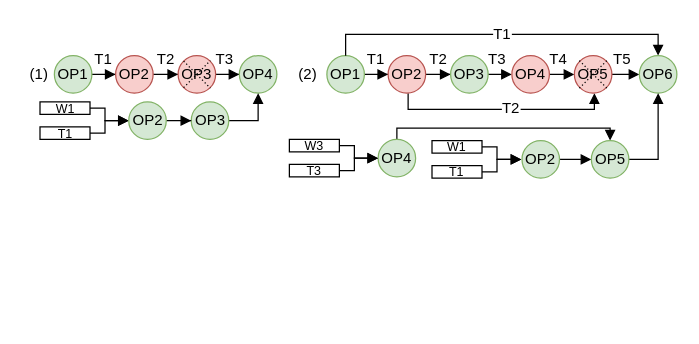
Before: fig/recovery.drawio in icszhr/NCheck, a draw.io diagram. Source tidied: cells renumbered, new cells numbered last; positions are measured from the earlier drawing's top-left corner, leaving out a move shared by most shapes. Both pictures are drawn from the tidied source at 125%, with x=0, y=0 at pixel (26, 21).
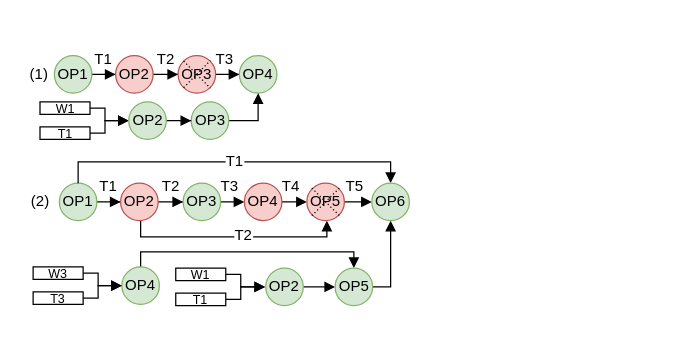
After the change.

The edit, as a diff of the source:
```diff
@@
     <mxCell id="21" value="OP1" style="ellipse;whiteSpace=wrap;html=1;fillColor=#d5e8d4;strokeColor=#82b366;" parent="1" vertex="1">
-      <mxGeometry x="240" y="27" width="30" height="30" as="geometry" />
+      <mxGeometry x="26" y="129" width="30" height="30" as="geometry" />
     </mxCell>
@@
     <mxCell id="23" style="edgeStyle=orthogonalEdgeStyle;rounded=0;orthogonalLoop=1;jettySize=auto;html=1;entryX=0.5;entryY=1;entryDx=0;entryDy=0;exitX=0.5;exitY=1;exitDx=0;exitDy=0;endSize=6;endArrow=block;endFill=1;" parent="1" edge="1">
       <mxGeometry relative="1" as="geometry">
-        <mxPoint x="305" y="57" as="sourcePoint" />
-        <mxPoint x="454" y="57" as="targetPoint" />
+        <mxPoint x="91" y="159" as="sourcePoint" />
+        <mxPoint x="240" y="159" as="targetPoint" />
         <Array as="points">
-          <mxPoint x="305" y="70" />
-          <mxPoint x="454" y="70" />
+          <mxPoint x="91" y="172" />
+          <mxPoint x="240" y="172" />
         </Array>
       </mxGeometry>
     </mxCell>
     <mxCell id="24" value="OP2" style="ellipse;whiteSpace=wrap;html=1;fillColor=#f8cecc;strokeColor=#b85450;" parent="1" vertex="1">
-      <mxGeometry x="289" y="27" width="30" height="30" as="geometry" />
+      <mxGeometry x="75" y="129" width="30" height="30" as="geometry" />
     </mxCell>
     <mxCell id="25" style="edgeStyle=orthogonalEdgeStyle;rounded=0;jettySize=auto;html=1;entryX=0;entryY=0.5;entryDx=0;entryDy=0;endArrow=block;endFill=1;" parent="1" edge="1" source="27" target="29">
       <mxGeometry relative="1" as="geometry">
         <Array as="points">
-          <mxPoint x="380" y="42" />
-          <mxPoint x="380" y="42" />
+          <mxPoint x="166" y="144" />
+          <mxPoint x="166" y="144" />
         </Array>
       </mxGeometry>
     </mxCell>
     <mxCell id="26" style="edgeStyle=orthogonalEdgeStyle;rounded=0;jettySize=auto;html=1;entryX=0.5;entryY=0;entryDx=0;entryDy=0;exitX=0.5;exitY=0;exitDx=0;exitDy=0;endArrow=block;endFill=1;" parent="1" edge="1" source="21" target="48">
       <mxGeometry relative="1" as="geometry">
         <Array as="points">
-          <mxPoint x="255" y="10" />
-          <mxPoint x="505" y="10" />
+          <mxPoint x="41" y="112" />
+          <mxPoint x="291" y="112" />
         </Array>
       </mxGeometry>
     </mxCell>
     <mxCell id="27" value="OP3" style="ellipse;whiteSpace=wrap;html=1;fillColor=#d5e8d4;strokeColor=#82b366;" parent="1" vertex="1">
-      <mxGeometry x="339" y="27" width="30" height="30" as="geometry" />
+      <mxGeometry x="125" y="129" width="30" height="30" as="geometry" />
     </mxCell>
     <mxCell id="28" style="edgeStyle=orthogonalEdgeStyle;rounded=0;jettySize=auto;html=1;entryX=0;entryY=0.5;entryDx=0;entryDy=0;endArrow=block;endFill=1;" parent="1" edge="1" source="29" target="44">
       <mxGeometry relative="1" as="geometry">
         <Array as="points">
-          <mxPoint x="438" y="42" />
+          <mxPoint x="224" y="144" />
         </Array>
       </mxGeometry>
     </mxCell>
     <mxCell id="29" value="OP4" style="ellipse;whiteSpace=wrap;html=1;fillColor=#f8cecc;strokeColor=#b85450;" parent="1" vertex="1">
-      <mxGeometry x="388" y="27" width="30" height="30" as="geometry" />
+      <mxGeometry x="174" y="129" width="30" height="30" as="geometry" />
     </mxCell>
-    <mxCell id="30" style="edgeStyle=orthogonalEdgeStyle;rounded=0;jettySize=auto;html=1;entryX=0.5;entryY=0;entryDx=0;entryDy=0;exitX=0.5;exitY=0;exitDx=0;exitDy=0;endArrow=block;endFill=1;" parent="1" edge="1" source="31" target="59">
+    <mxCell id="30" style="edgeStyle=orthogonalEdgeStyle;rounded=0;jettySize=auto;html=1;entryX=0.5;entryY=0;entryDx=0;entryDy=0;endArrow=block;endFill=1;exitX=0.5;exitY=0;exitDx=0;exitDy=0;" parent="1" edge="1" source="31" target="59">
       <mxGeometry relative="1" as="geometry">
         <Array as="points">
-          <mxPoint x="296" y="85" />
-          <mxPoint x="467" y="85" />
+          <mxPoint x="91" y="184" />
+          <mxPoint x="262" y="184" />
         </Array>
       </mxGeometry>
     </mxCell>
     <mxCell id="31" value="OP4" style="ellipse;whiteSpace=wrap;html=1;fillColor=#d5e8d4;strokeColor=#82b366;" parent="1" vertex="1">
-      <mxGeometry x="281" y="94" width="30" height="30" as="geometry" />
+      <mxGeometry x="76" y="196" width="30" height="30" as="geometry" />
     </mxCell>
     <mxCell id="32" value="T1" style="text;html=1;align=center;verticalAlign=middle;whiteSpace=wrap;rounded=0;" parent="1" vertex="1">
-      <mxGeometry x="264" y="20" width="31" height="20" as="geometry" />
+      <mxGeometry x="50" y="122" width="31" height="20" as="geometry" />
     </mxCell>
     <mxCell id="33" value="T2" style="text;html=1;align=center;verticalAlign=middle;whiteSpace=wrap;rounded=0;" parent="1" vertex="1">
-      <mxGeometry x="314" y="20" width="31" height="20" as="geometry" />
+      <mxGeometry x="100" y="122" width="31" height="20" as="geometry" />
     </mxCell>
     <mxCell id="34" value="T3" style="text;html=1;align=center;verticalAlign=middle;whiteSpace=wrap;rounded=0;" parent="1" vertex="1">
-      <mxGeometry x="361" y="20" width="31" height="20" as="geometry" />
+      <mxGeometry x="147" y="122" width="31" height="20" as="geometry" />
     </mxCell>
     <mxCell id="35" style="edgeStyle=orthogonalEdgeStyle;rounded=0;jettySize=auto;html=1;entryX=0;entryY=0.5;entryDx=0;entryDy=0;endArrow=block;endFill=1;" parent="1" edge="1" source="36" target="31">
       <mxGeometry relative="1" as="geometry">
         <Array as="points">
-          <mxPoint x="262" y="99" />
-          <mxPoint x="262" y="109" />
+          <mxPoint x="57" y="201" />
+          <mxPoint x="57" y="211" />
         </Array>
       </mxGeometry>
     </mxCell>
     <mxCell id="36" value="&lt;p style=&quot;line-height: 100%;&quot;&gt;&lt;font style=&quot;font-size: 10px;&quot;&gt;W3&lt;/font&gt;&lt;/p&gt;" style="rounded=0;whiteSpace=wrap;html=1;" parent="1" vertex="1">
-      <mxGeometry x="210" y="94" width="40" height="10" as="geometry" />
+      <mxGeometry x="5" y="196" width="40" height="10" as="geometry" />
     </mxCell>
     <mxCell id="37" style="edgeStyle=orthogonalEdgeStyle;rounded=0;jettySize=auto;html=1;entryX=0;entryY=0.5;entryDx=0;entryDy=0;endArrow=block;endFill=1;" parent="1" edge="1" source="38" target="31">
       <mxGeometry relative="1" as="geometry">
         <Array as="points">
-          <mxPoint x="262" y="119" />
-          <mxPoint x="262" y="109" />
+          <mxPoint x="57" y="221" />
+          <mxPoint x="57" y="211" />
         </Array>
       </mxGeometry>
     </mxCell>
     <mxCell id="38" value="&lt;p style=&quot;line-height: 100%;&quot;&gt;&lt;font style=&quot;font-size: 10px;&quot;&gt;T3&lt;/font&gt;&lt;/p&gt;" style="rounded=0;whiteSpace=wrap;html=1;" parent="1" vertex="1">
-      <mxGeometry x="210" y="114" width="40" height="10" as="geometry" />
+      <mxGeometry x="5" y="216" width="40" height="10" as="geometry" />
     </mxCell>
@@
     <mxCell id="40" value="(2)" style="text;html=1;align=center;verticalAlign=middle;whiteSpace=wrap;rounded=0;" parent="1" vertex="1">
-      <mxGeometry x="210" y="27" width="30" height="30" as="geometry" />
+      <mxGeometry x="-4" y="129" width="30" height="30" as="geometry" />
     </mxCell>
@@
     <mxCell id="43" style="edgeStyle=orthogonalEdgeStyle;rounded=0;jettySize=auto;html=1;endArrow=block;endFill=1;" parent="1" edge="1" source="44">
       <mxGeometry relative="1" as="geometry">
-        <mxPoint x="490" y="42" as="targetPoint" />
+        <mxPoint x="276" y="144" as="targetPoint" />
       </mxGeometry>
     </mxCell>
     <mxCell id="44" value="OP5" style="ellipse;whiteSpace=wrap;html=1;fillColor=#f8cecc;strokeColor=#b85450;" parent="1" vertex="1">
-      <mxGeometry x="438" y="27" width="30" height="30" as="geometry" />
+      <mxGeometry x="224" y="129" width="30" height="30" as="geometry" />
     </mxCell>
     <mxCell id="45" value="T4" style="text;html=1;align=center;verticalAlign=middle;whiteSpace=wrap;rounded=0;" parent="1" vertex="1">
-      <mxGeometry x="410" y="20" width="31" height="20" as="geometry" />
+      <mxGeometry x="196" y="122" width="31" height="20" as="geometry" />
     </mxCell>
     <mxCell id="46" style="rounded=0;orthogonalLoop=1;jettySize=auto;html=1;exitX=0;exitY=0;exitDx=0;exitDy=0;entryX=0.86;entryY=0.868;entryDx=0;entryDy=0;strokeWidth=1;dashed=1;endArrow=none;endFill=0;dashPattern=1 2;entryPerimeter=0;" parent="1" edge="1">
       <mxGeometry relative="1" as="geometry">
-        <mxPoint x="442" y="31" as="sourcePoint" />
-        <mxPoint x="464" y="53" as="targetPoint" />
+        <mxPoint x="228" y="133" as="sourcePoint" />
+        <mxPoint x="250" y="155" as="targetPoint" />
       </mxGeometry>
     </mxCell>
     <mxCell id="47" style="rounded=0;orthogonalLoop=1;jettySize=auto;html=1;exitX=0;exitY=1;exitDx=0;exitDy=0;entryX=0.859;entryY=0.132;entryDx=0;entryDy=0;dashed=1;endArrow=none;endFill=0;dashPattern=1 2;entryPerimeter=0;" parent="1" edge="1">
       <mxGeometry relative="1" as="geometry">
-        <mxPoint x="442" y="53" as="sourcePoint" />
-        <mxPoint x="464" y="31" as="targetPoint" />
+        <mxPoint x="228" y="155" as="sourcePoint" />
+        <mxPoint x="250" y="133" as="targetPoint" />
       </mxGeometry>
     </mxCell>
     <mxCell id="48" value="OP6" style="ellipse;whiteSpace=wrap;html=1;fillColor=#d5e8d4;strokeColor=#82b366;" parent="1" vertex="1">
-      <mxGeometry x="490" y="27" width="30" height="30" as="geometry" />
+      <mxGeometry x="276" y="129" width="30" height="30" as="geometry" />
     </mxCell>
     <mxCell id="49" value="T2" style="text;html=1;align=center;verticalAlign=middle;whiteSpace=wrap;rounded=0;fillColor=default;" parent="1" vertex="1">
-      <mxGeometry x="380" y="59" width="15" height="20" as="geometry" />
+      <mxGeometry x="166" y="161" width="15" height="20" as="geometry" />
     </mxCell>
     <mxCell id="50" value="T1" style="text;html=1;align=center;verticalAlign=middle;whiteSpace=wrap;rounded=0;fillColor=default;" parent="1" vertex="1">
-      <mxGeometry x="373" width="15" height="20" as="geometry" />
+      <mxGeometry x="159" y="102" width="15" height="20" as="geometry" />
     </mxCell>
     <mxCell id="51" value="T5" style="text;html=1;align=center;verticalAlign=middle;whiteSpace=wrap;rounded=0;" parent="1" vertex="1">
-      <mxGeometry x="461" y="20" width="31" height="20" as="geometry" />
+      <mxGeometry x="247" y="122" width="31" height="20" as="geometry" />
     </mxCell>
     <mxCell id="52" style="edgeStyle=orthogonalEdgeStyle;rounded=0;jettySize=auto;html=1;entryX=0;entryY=0.5;entryDx=0;entryDy=0;endArrow=block;endFill=1;" parent="1" edge="1" source="53">
       <mxGeometry relative="1" as="geometry">
-        <mxPoint x="395.6" y="110" as="targetPoint" />
+        <mxPoint x="190.6" y="212" as="targetPoint" />
         <Array as="points">
-          <mxPoint x="376.1" y="100" />
-          <mxPoint x="376.1" y="110" />
+          <mxPoint x="171.1" y="202" />
+          <mxPoint x="171.1" y="212" />
         </Array>
       </mxGeometry>
     </mxCell>
     <mxCell id="53" value="&lt;p style=&quot;line-height: 100%;&quot;&gt;&lt;font style=&quot;font-size: 10px;&quot;&gt;W1&lt;/font&gt;&lt;/p&gt;" style="rounded=0;whiteSpace=wrap;html=1;" parent="1" vertex="1">
-      <mxGeometry x="324.1" y="95" width="40" height="10" as="geometry" />
+      <mxGeometry x="119.1" y="197" width="40" height="10" as="geometry" />
     </mxCell>
     <mxCell id="54" style="edgeStyle=orthogonalEdgeStyle;rounded=0;jettySize=auto;html=1;entryX=0;entryY=0.5;entryDx=0;entryDy=0;endArrow=block;endFill=1;" parent="1" edge="1" source="55">
       <mxGeometry relative="1" as="geometry">
-        <mxPoint x="395.6" y="110" as="targetPoint" />
+        <mxPoint x="190.6" y="212" as="targetPoint" />
         <Array as="points">
-          <mxPoint x="376.1" y="120" />
-          <mxPoint x="376.1" y="110" />
+          <mxPoint x="171.1" y="222" />
+          <mxPoint x="171.1" y="212" />
         </Array>
       </mxGeometry>
     </mxCell>
     <mxCell id="55" value="&lt;p style=&quot;line-height: 100%;&quot;&gt;&lt;font style=&quot;font-size: 10px;&quot;&gt;T1&lt;/font&gt;&lt;/p&gt;" style="rounded=0;whiteSpace=wrap;html=1;" parent="1" vertex="1">
-      <mxGeometry x="324.1" y="115" width="40" height="10" as="geometry" />
+      <mxGeometry x="119.1" y="217" width="40" height="10" as="geometry" />
     </mxCell>
@@
     <mxCell id="57" value="OP2" style="ellipse;whiteSpace=wrap;html=1;fillColor=#d5e8d4;strokeColor=#82b366;" parent="1" vertex="1">
-      <mxGeometry x="396.1" y="95" width="30" height="30" as="geometry" />
+      <mxGeometry x="191.1" y="197" width="30" height="30" as="geometry" />
     </mxCell>
-    <mxCell id="58" style="edgeStyle=orthogonalEdgeStyle;rounded=0;jettySize=auto;html=1;entryX=0.5;entryY=1;entryDx=0;entryDy=0;endArrow=block;endFill=1;" parent="1" edge="1" source="59" target="48">
-      <mxGeometry relative="1" as="geometry" />
+    <mxCell id="58" style="edgeStyle=orthogonalEdgeStyle;rounded=0;jettySize=auto;html=1;entryX=0.5;entryY=1;entryDx=0;entryDy=0;endArrow=block;endFill=1;exitX=1;exitY=0.5;exitDx=0;exitDy=0;" parent="1" edge="1" source="59" target="48">
+      <mxGeometry relative="1" as="geometry">
+        <Array as="points">
+          <mxPoint x="291" y="212" />
+        </Array>
+      </mxGeometry>
     </mxCell>
     <mxCell id="59" value="OP5" style="ellipse;whiteSpace=wrap;html=1;fillColor=#d5e8d4;strokeColor=#82b366;" parent="1" vertex="1">
-      <mxGeometry x="451.6" y="95" width="30" height="30" as="geometry" />
+      <mxGeometry x="246.6" y="197" width="30" height="30" as="geometry" />
     </mxCell>
```
